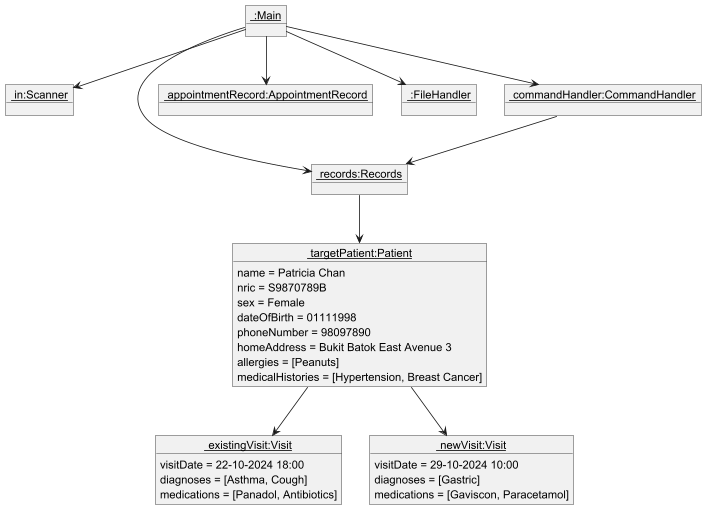
Above: docs/ObjectDiagramAfterAddVisit.png in yentheng0110/tp (PlantUML), before the change.
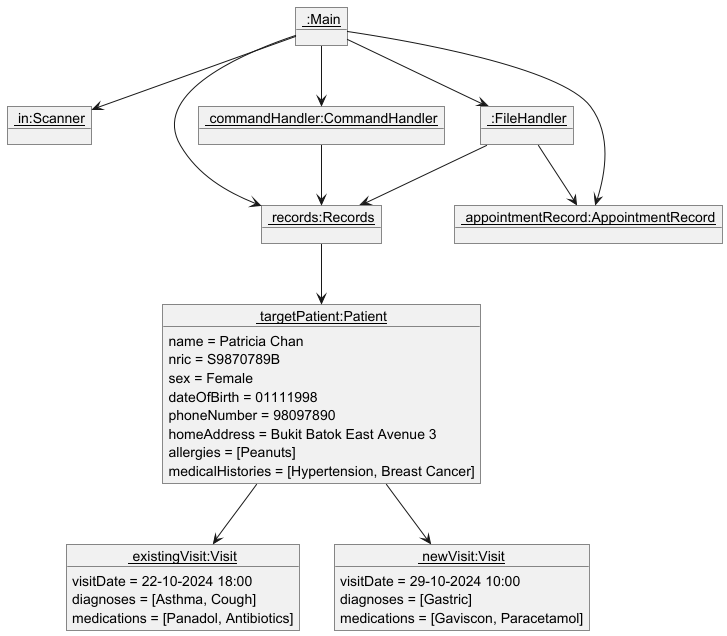
The same diagram one commit later.

Commit message:
Add the addVisit implementation, object diagrams and sequence diagram in the Developer Guide (DG) and modify DG in general after proofreading

Diff of the diagram source:
```diff
@@ -39,5 +39,7 @@
 Patient --> Visit2
 CommandHandler --> Records
 Records --> Patient
+FileHandler --> Records
+FileHandler --> AppointmentRecord
 
 @enduml
```
